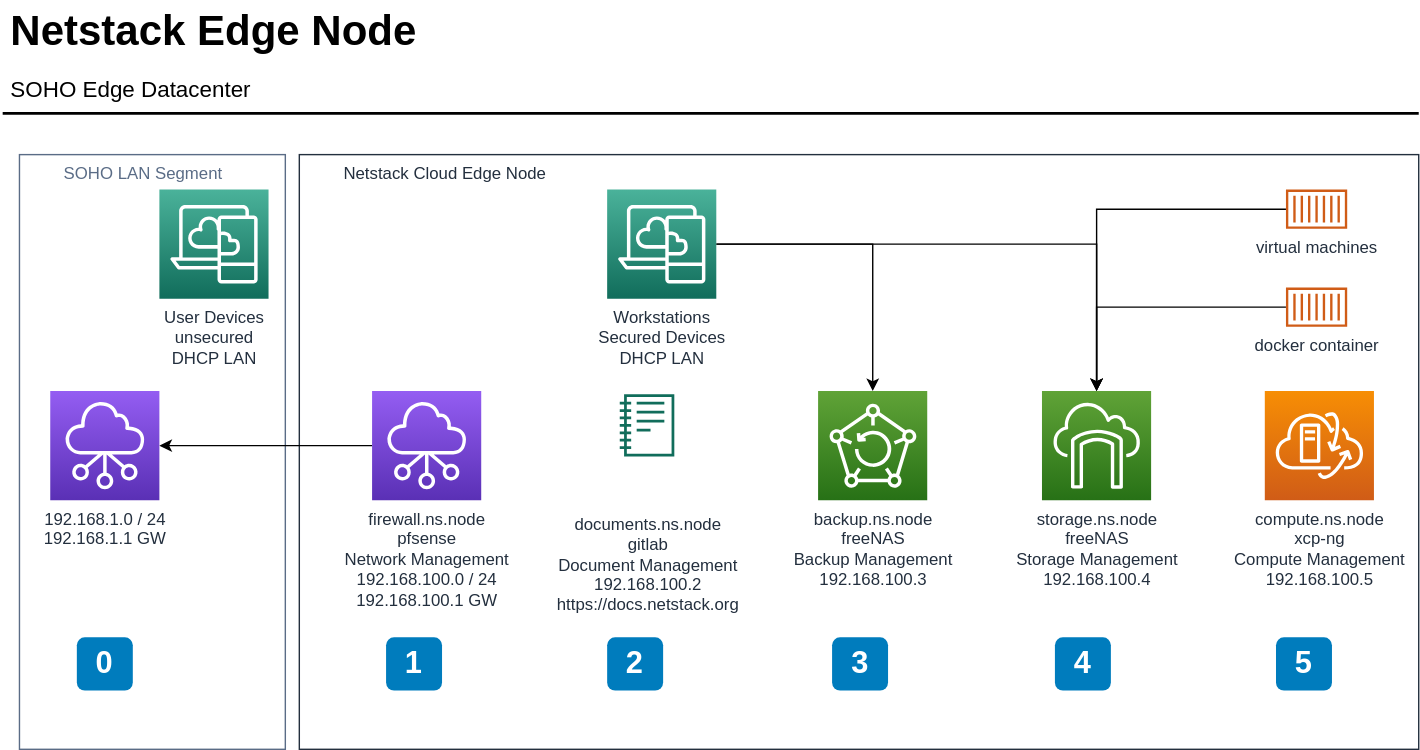
The draw.io diagram docs/lan/netstackEdgeNode.svg in grasshorse/netstack, before a commit. Source tidied: cells renumbered, new cells last; positions are measured from the earlier drawing's top-left corner, leaving out a move shared by most shapes. The source it was exported from:
```xml
<mxGraphModel>
  <root>
    <mxCell id="0" />
    <mxCell id="1" parent="0" />
    <mxCell id="2" value="Netstack Cloud Edge Node" style="gradientColor=none;html=1;whiteSpace=wrap;fontSize=12;fontStyle=0;shape=mxgraph.aws4.group;grIcon=mxgraph.aws4.group_aws_cloud_alt;strokeColor=#232F3E;fillColor=none;verticalAlign=top;align=left;spacingLeft=30;fontColor=#232F3E;dashed=0;" parent="1" vertex="1">
      <mxGeometry x="212" y="109" width="800" height="425" as="geometry" />
    </mxCell>
    <mxCell id="3" value="SOHO LAN Segment" style="gradientColor=none;html=1;whiteSpace=wrap;fontSize=12;fontStyle=0;shape=mxgraph.aws4.group;grIcon=mxgraph.aws4.group_corporate_data_center;strokeColor=#5A6C86;fillColor=none;verticalAlign=top;align=left;spacingLeft=30;fontColor=#5A6C86;dashed=0;" parent="1" vertex="1">
      <mxGeometry x="12" y="109" width="190" height="425" as="geometry" />
    </mxCell>
    <mxCell id="4" value="1" style="rounded=1;whiteSpace=wrap;html=1;fillColor=#007CBD;strokeColor=none;fontColor=#FFFFFF;fontStyle=1;fontSize=22;" parent="1" vertex="1">
      <mxGeometry x="274" y="454" width="40" height="38" as="geometry" />
    </mxCell>
    <mxCell id="5" value="Netstack Edge Node" style="text;html=1;align=left;verticalAlign=top;spacingTop=-4;fontSize=30;fontStyle=1;" parent="1" vertex="1">
      <mxGeometry x="4" y="-0.5" width="310" height="40" as="geometry" />
    </mxCell>
    <mxCell id="6" value="SOHO Edge Datacenter" style="text;html=1;align=left;verticalAlign=top;spacingTop=-4;fontSize=16;" parent="1" vertex="1">
      <mxGeometry x="4" y="49.5" width="190" height="20" as="geometry" />
    </mxCell>
    <mxCell id="7" style="line;strokeWidth=2;html=1;fontSize=14;" parent="1" vertex="1">
      <mxGeometry y="74.5" width="1012" height="10" as="geometry" />
    </mxCell>
    <mxCell id="8" value="2" style="rounded=1;whiteSpace=wrap;html=1;fillColor=#007CBD;strokeColor=none;fontColor=#FFFFFF;fontStyle=1;fontSize=22;" parent="1" vertex="1">
      <mxGeometry x="432" y="454" width="40" height="38" as="geometry" />
    </mxCell>
    <mxCell id="9" value="&lt;br&gt;&lt;br&gt;documents.ns.node&lt;br&gt;gitlab&lt;br&gt;Document Management&lt;br&gt;192.168.100.2&lt;br&gt;https://docs.netstack.org" style="fontColor=#232F3E;gradientColor=none;fillColor=#116D5B;strokeColor=none;dashed=0;verticalLabelPosition=bottom;verticalAlign=top;align=center;html=1;fontSize=12;fontStyle=0;shape=mxgraph.aws4.sagemaker_notebook;labelBackgroundColor=#ffffff;spacingTop=6;" parent="1" vertex="1">
      <mxGeometry x="441" y="280" width="39" height="45" as="geometry" />
    </mxCell>
    <mxCell id="10" style="edgeStyle=orthogonalEdgeStyle;rounded=0;jettySize=auto;html=1;" parent="1" edge="1" source="11" target="18">
      <mxGeometry relative="1" as="geometry" />
    </mxCell>
    <mxCell id="11" value="docker container" style="outlineConnect=0;fontColor=#232F3E;gradientColor=none;fillColor=#D05C17;strokeColor=none;dashed=0;verticalLabelPosition=bottom;verticalAlign=top;align=center;html=1;fontSize=12;fontStyle=0;shape=mxgraph.aws4.container_1;labelBackgroundColor=#ffffff;" parent="1" vertex="1">
      <mxGeometry x="917" y="204" width="44" height="28" as="geometry" />
    </mxCell>
    <mxCell id="12" value="3" style="rounded=1;whiteSpace=wrap;html=1;fillColor=#007CBD;strokeColor=none;fontColor=#FFFFFF;fontStyle=1;fontSize=22;" parent="1" vertex="1">
      <mxGeometry x="592.8" y="454" width="40" height="38" as="geometry" />
    </mxCell>
    <mxCell id="13" value="4" style="rounded=1;whiteSpace=wrap;html=1;fillColor=#007CBD;strokeColor=none;fontColor=#FFFFFF;fontStyle=1;fontSize=22;" parent="1" vertex="1">
      <mxGeometry x="752" y="454" width="40" height="38" as="geometry" />
    </mxCell>
    <mxCell id="14" value="5" style="rounded=1;whiteSpace=wrap;html=1;fillColor=#007CBD;strokeColor=none;fontColor=#FFFFFF;fontStyle=1;fontSize=22;" parent="1" vertex="1">
      <mxGeometry x="910" y="454" width="40" height="38" as="geometry" />
    </mxCell>
    <mxCell id="15" value="backup.ns.node&lt;br&gt;freeNAS&lt;br&gt;Backup Management&lt;br&gt;192.168.100.3" style="outlineConnect=0;fontColor=#232F3E;gradientColor=#60A337;gradientDirection=north;fillColor=#277116;strokeColor=#ffffff;dashed=0;verticalLabelPosition=bottom;verticalAlign=top;align=center;html=1;fontSize=12;fontStyle=0;shape=mxgraph.aws4.resourceIcon;resIcon=mxgraph.aws4.backup;" parent="1" vertex="1">
      <mxGeometry x="582.8" y="278" width="78" height="78" as="geometry" />
    </mxCell>
    <mxCell id="16" value="compute.ns.node&lt;br&gt;xcp-ng&lt;br&gt;Compute Management&lt;br&gt;192.168.100.5" style="fontColor=#232F3E;gradientColor=#F78E04;gradientDirection=north;fillColor=#D05C17;strokeColor=#ffffff;dashed=0;verticalLabelPosition=bottom;verticalAlign=top;align=center;html=1;fontSize=12;fontStyle=0;shape=mxgraph.aws4.resourceIcon;resIcon=mxgraph.aws4.vmware_cloud_on_aws;" parent="1" vertex="1">
      <mxGeometry x="902" y="278" width="78" height="78" as="geometry" />
    </mxCell>
    <mxCell id="17" value="192.168.1.0 / 24&lt;br&gt;192.168.1.1 GW&lt;br&gt;" style="outlineConnect=0;fontColor=#232F3E;gradientColor=#945DF2;gradientDirection=north;fillColor=#5A30B5;strokeColor=#ffffff;dashed=0;verticalLabelPosition=bottom;verticalAlign=top;align=center;html=1;fontSize=12;fontStyle=0;shape=mxgraph.aws4.resourceIcon;resIcon=mxgraph.aws4.networking_and_content_delivery;" parent="1" vertex="1">
      <mxGeometry x="34" y="278" width="78" height="78" as="geometry" />
    </mxCell>
    <mxCell id="18" value="storage.ns.node&lt;br&gt;freeNAS&lt;br&gt;Storage Management&lt;br&gt;192.168.100.4" style="outlineConnect=0;fontColor=#232F3E;gradientColor=#60A337;gradientDirection=north;fillColor=#277116;strokeColor=#ffffff;dashed=0;verticalLabelPosition=bottom;verticalAlign=top;align=center;html=1;fontSize=12;fontStyle=0;shape=mxgraph.aws4.resourceIcon;resIcon=mxgraph.aws4.storage_gateway;" parent="1" vertex="1">
      <mxGeometry x="742.8" y="278" width="78" height="78" as="geometry" />
    </mxCell>
    <mxCell id="19" value="User Devices&lt;br&gt;unsecured &lt;br&gt;DHCP LAN" style="fontColor=#232F3E;gradientColor=#4AB29A;gradientDirection=north;fillColor=#116D5B;strokeColor=#ffffff;dashed=0;verticalLabelPosition=bottom;verticalAlign=top;align=center;html=1;fontSize=12;fontStyle=0;shape=mxgraph.aws4.resourceIcon;resIcon=mxgraph.aws4.desktop_and_app_streaming;" parent="1" vertex="1">
      <mxGeometry x="112" y="134" width="78" height="78" as="geometry" />
    </mxCell>
    <mxCell id="20" style="edgeStyle=orthogonalEdgeStyle;rounded=0;jettySize=auto;html=1;" parent="1" edge="1" source="21" target="17">
      <mxGeometry relative="1" as="geometry" />
    </mxCell>
    <mxCell id="21" value="firewall.ns.node&lt;br&gt;pfsense&lt;br&gt;Network Management&lt;br&gt;192.168.100.0 / 24&lt;br&gt;192.168.100.1 GW" style="outlineConnect=0;fontColor=#232F3E;gradientColor=#945DF2;gradientDirection=north;fillColor=#5A30B5;strokeColor=#ffffff;dashed=0;verticalLabelPosition=bottom;verticalAlign=top;align=center;html=1;fontSize=12;fontStyle=0;shape=mxgraph.aws4.resourceIcon;resIcon=mxgraph.aws4.networking_and_content_delivery;" parent="1" vertex="1">
      <mxGeometry x="264" y="278" width="78" height="78" as="geometry" />
    </mxCell>
    <mxCell id="22" value="0" style="rounded=1;whiteSpace=wrap;html=1;fillColor=#007CBD;strokeColor=none;fontColor=#FFFFFF;fontStyle=1;fontSize=22;" parent="1" vertex="1">
      <mxGeometry x="53" y="454" width="40" height="38" as="geometry" />
    </mxCell>
    <mxCell id="23" style="edgeStyle=orthogonalEdgeStyle;rounded=0;jettySize=auto;html=1;" parent="1" edge="1" source="24" target="18">
      <mxGeometry relative="1" as="geometry" />
    </mxCell>
    <mxCell id="24" value="virtual machines" style="outlineConnect=0;fontColor=#232F3E;gradientColor=none;fillColor=#D05C17;strokeColor=none;dashed=0;verticalLabelPosition=bottom;verticalAlign=top;align=center;html=1;fontSize=12;fontStyle=0;shape=mxgraph.aws4.container_1;labelBackgroundColor=#ffffff;" parent="1" vertex="1">
      <mxGeometry x="917" y="134" width="44" height="28" as="geometry" />
    </mxCell>
    <mxCell id="25" style="edgeStyle=orthogonalEdgeStyle;rounded=0;jettySize=auto;html=1;" parent="1" edge="1" source="27" target="15">
      <mxGeometry relative="1" as="geometry" />
    </mxCell>
    <mxCell id="26" style="edgeStyle=orthogonalEdgeStyle;rounded=0;jettySize=auto;html=1;" parent="1" edge="1" source="27" target="18">
      <mxGeometry relative="1" as="geometry" />
    </mxCell>
    <mxCell id="27" value="Workstations&lt;br&gt;Secured Devices&lt;br&gt;DHCP LAN" style="outlineConnect=0;fontColor=#232F3E;gradientColor=#4AB29A;gradientDirection=north;fillColor=#116D5B;strokeColor=#ffffff;dashed=0;verticalLabelPosition=bottom;verticalAlign=top;align=center;html=1;fontSize=12;fontStyle=0;shape=mxgraph.aws4.resourceIcon;resIcon=mxgraph.aws4.desktop_and_app_streaming;" parent="1" vertex="1">
      <mxGeometry x="432" y="134" width="78" height="78" as="geometry" />
    </mxCell>
  </root>
</mxGraphModel>
```
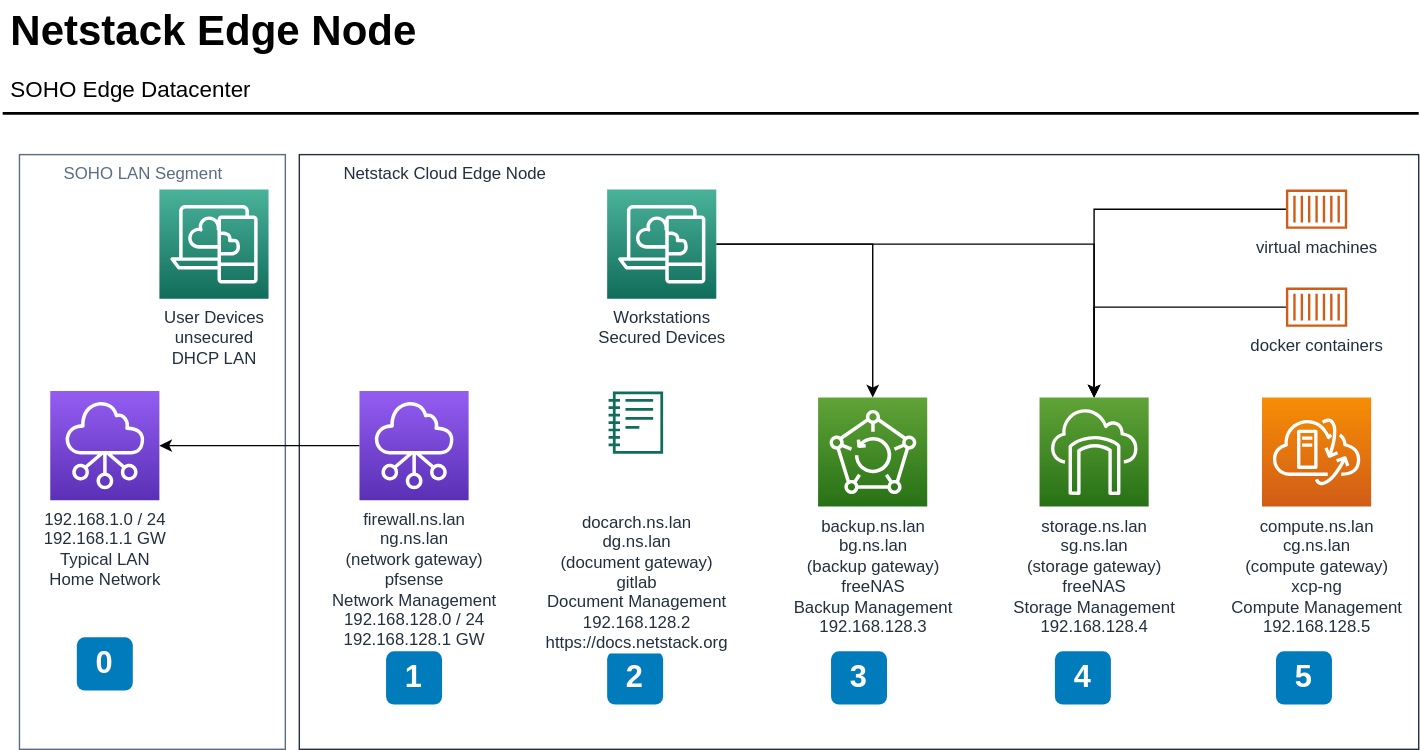
Above is the later version.

What changed in the source:
```diff
@@ -9,7 +9,7 @@
       <mxGeometry x="12" y="109" width="190" height="425" as="geometry" />
     </mxCell>
     <mxCell id="4" value="1" style="rounded=1;whiteSpace=wrap;html=1;fillColor=#007CBD;strokeColor=none;fontColor=#FFFFFF;fontStyle=1;fontSize=22;" parent="1" vertex="1">
-      <mxGeometry x="274" y="454" width="40" height="38" as="geometry" />
+      <mxGeometry x="274" y="464" width="40" height="38" as="geometry" />
     </mxCell>
     <mxCell id="5" value="Netstack Edge Node" style="text;html=1;align=left;verticalAlign=top;spacingTop=-4;fontSize=30;fontStyle=1;" parent="1" vertex="1">
       <mxGeometry x="4" y="-0.5" width="310" height="40" as="geometry" />
@@ -21,37 +21,37 @@
       <mxGeometry y="74.5" width="1012" height="10" as="geometry" />
     </mxCell>
     <mxCell id="8" value="2" style="rounded=1;whiteSpace=wrap;html=1;fillColor=#007CBD;strokeColor=none;fontColor=#FFFFFF;fontStyle=1;fontSize=22;" parent="1" vertex="1">
-      <mxGeometry x="432" y="454" width="40" height="38" as="geometry" />
+      <mxGeometry x="432" y="464" width="40" height="38" as="geometry" />
     </mxCell>
-    <mxCell id="9" value="&lt;br&gt;&lt;br&gt;documents.ns.node&lt;br&gt;gitlab&lt;br&gt;Document Management&lt;br&gt;192.168.100.2&lt;br&gt;https://docs.netstack.org" style="fontColor=#232F3E;gradientColor=none;fillColor=#116D5B;strokeColor=none;dashed=0;verticalLabelPosition=bottom;verticalAlign=top;align=center;html=1;fontSize=12;fontStyle=0;shape=mxgraph.aws4.sagemaker_notebook;labelBackgroundColor=#ffffff;spacingTop=6;" parent="1" vertex="1">
-      <mxGeometry x="441" y="280" width="39" height="45" as="geometry" />
+    <mxCell id="9" value="&lt;br&gt;&lt;br&gt;docarch.ns.lan&lt;br&gt;dg.ns.lan&lt;br&gt;(document gateway)&lt;br&gt;gitlab&lt;br&gt;Document Management&lt;br&gt;192.168.128.2&lt;br&gt;https://docs.netstack.org" style="fontColor=#232F3E;gradientColor=none;fillColor=#116D5B;strokeColor=none;dashed=0;verticalLabelPosition=bottom;verticalAlign=top;align=center;html=1;fontSize=12;fontStyle=0;shape=mxgraph.aws4.sagemaker_notebook;labelBackgroundColor=#ffffff;spacingTop=6;" parent="1" vertex="1">
+      <mxGeometry x="433" y="278" width="39" height="45" as="geometry" />
     </mxCell>
     <mxCell id="10" style="edgeStyle=orthogonalEdgeStyle;rounded=0;jettySize=auto;html=1;" parent="1" edge="1" source="11" target="18">
       <mxGeometry relative="1" as="geometry" />
     </mxCell>
-    <mxCell id="11" value="docker container" style="outlineConnect=0;fontColor=#232F3E;gradientColor=none;fillColor=#D05C17;strokeColor=none;dashed=0;verticalLabelPosition=bottom;verticalAlign=top;align=center;html=1;fontSize=12;fontStyle=0;shape=mxgraph.aws4.container_1;labelBackgroundColor=#ffffff;" parent="1" vertex="1">
+    <mxCell id="11" value="docker containers" style="outlineConnect=0;fontColor=#232F3E;gradientColor=none;fillColor=#D05C17;strokeColor=none;dashed=0;verticalLabelPosition=bottom;verticalAlign=top;align=center;html=1;fontSize=12;fontStyle=0;shape=mxgraph.aws4.container_1;labelBackgroundColor=#ffffff;" parent="1" vertex="1">
       <mxGeometry x="917" y="204" width="44" height="28" as="geometry" />
     </mxCell>
     <mxCell id="12" value="3" style="rounded=1;whiteSpace=wrap;html=1;fillColor=#007CBD;strokeColor=none;fontColor=#FFFFFF;fontStyle=1;fontSize=22;" parent="1" vertex="1">
-      <mxGeometry x="592.8" y="454" width="40" height="38" as="geometry" />
+      <mxGeometry x="592" y="464" width="40" height="38" as="geometry" />
     </mxCell>
     <mxCell id="13" value="4" style="rounded=1;whiteSpace=wrap;html=1;fillColor=#007CBD;strokeColor=none;fontColor=#FFFFFF;fontStyle=1;fontSize=22;" parent="1" vertex="1">
-      <mxGeometry x="752" y="454" width="40" height="38" as="geometry" />
+      <mxGeometry x="752" y="464" width="40" height="38" as="geometry" />
     </mxCell>
     <mxCell id="14" value="5" style="rounded=1;whiteSpace=wrap;html=1;fillColor=#007CBD;strokeColor=none;fontColor=#FFFFFF;fontStyle=1;fontSize=22;" parent="1" vertex="1">
-      <mxGeometry x="910" y="454" width="40" height="38" as="geometry" />
+      <mxGeometry x="910" y="464" width="40" height="38" as="geometry" />
     </mxCell>
-    <mxCell id="15" value="backup.ns.node&lt;br&gt;freeNAS&lt;br&gt;Backup Management&lt;br&gt;192.168.100.3" style="outlineConnect=0;fontColor=#232F3E;gradientColor=#60A337;gradientDirection=north;fillColor=#277116;strokeColor=#ffffff;dashed=0;verticalLabelPosition=bottom;verticalAlign=top;align=center;html=1;fontSize=12;fontStyle=0;shape=mxgraph.aws4.resourceIcon;resIcon=mxgraph.aws4.backup;" parent="1" vertex="1">
-      <mxGeometry x="582.8" y="278" width="78" height="78" as="geometry" />
+    <mxCell id="15" value="backup.ns.lan&lt;br&gt;bg.ns.lan&lt;br&gt;(backup gateway)&lt;br&gt;freeNAS&lt;br&gt;Backup Management&lt;br&gt;192.168.128.3" style="outlineConnect=0;fontColor=#232F3E;gradientColor=#60A337;gradientDirection=north;fillColor=#277116;strokeColor=#ffffff;dashed=0;verticalLabelPosition=bottom;verticalAlign=top;align=center;html=1;fontSize=12;fontStyle=0;shape=mxgraph.aws4.resourceIcon;resIcon=mxgraph.aws4.backup;" parent="1" vertex="1">
+      <mxGeometry x="582.8" y="282.5" width="78" height="78" as="geometry" />
     </mxCell>
-    <mxCell id="16" value="compute.ns.node&lt;br&gt;xcp-ng&lt;br&gt;Compute Management&lt;br&gt;192.168.100.5" style="fontColor=#232F3E;gradientColor=#F78E04;gradientDirection=north;fillColor=#D05C17;strokeColor=#ffffff;dashed=0;verticalLabelPosition=bottom;verticalAlign=top;align=center;html=1;fontSize=12;fontStyle=0;shape=mxgraph.aws4.resourceIcon;resIcon=mxgraph.aws4.vmware_cloud_on_aws;" parent="1" vertex="1">
-      <mxGeometry x="902" y="278" width="78" height="78" as="geometry" />
+    <mxCell id="16" value="compute.ns.lan&lt;br&gt;cg.ns.lan&lt;br&gt;(compute gateway)&lt;br&gt;xcp-ng&lt;br&gt;Compute Management&lt;br&gt;192.168.128.5" style="fontColor=#232F3E;gradientColor=#F78E04;gradientDirection=north;fillColor=#D05C17;strokeColor=#ffffff;dashed=0;verticalLabelPosition=bottom;verticalAlign=top;align=center;html=1;fontSize=12;fontStyle=0;shape=mxgraph.aws4.resourceIcon;resIcon=mxgraph.aws4.vmware_cloud_on_aws;" parent="1" vertex="1">
+      <mxGeometry x="900" y="282.5" width="78" height="78" as="geometry" />
     </mxCell>
-    <mxCell id="17" value="192.168.1.0 / 24&lt;br&gt;192.168.1.1 GW&lt;br&gt;" style="outlineConnect=0;fontColor=#232F3E;gradientColor=#945DF2;gradientDirection=north;fillColor=#5A30B5;strokeColor=#ffffff;dashed=0;verticalLabelPosition=bottom;verticalAlign=top;align=center;html=1;fontSize=12;fontStyle=0;shape=mxgraph.aws4.resourceIcon;resIcon=mxgraph.aws4.networking_and_content_delivery;" parent="1" vertex="1">
+    <mxCell id="17" value="192.168.1.0 / 24&lt;br&gt;192.168.1.1 GW&lt;br&gt;Typical LAN&lt;br&gt;Home Network" style="outlineConnect=0;fontColor=#232F3E;gradientColor=#945DF2;gradientDirection=north;fillColor=#5A30B5;strokeColor=#ffffff;dashed=0;verticalLabelPosition=bottom;verticalAlign=top;align=center;html=1;fontSize=12;fontStyle=0;shape=mxgraph.aws4.resourceIcon;resIcon=mxgraph.aws4.networking_and_content_delivery;" parent="1" vertex="1">
       <mxGeometry x="34" y="278" width="78" height="78" as="geometry" />
     </mxCell>
-    <mxCell id="18" value="storage.ns.node&lt;br&gt;freeNAS&lt;br&gt;Storage Management&lt;br&gt;192.168.100.4" style="outlineConnect=0;fontColor=#232F3E;gradientColor=#60A337;gradientDirection=north;fillColor=#277116;strokeColor=#ffffff;dashed=0;verticalLabelPosition=bottom;verticalAlign=top;align=center;html=1;fontSize=12;fontStyle=0;shape=mxgraph.aws4.resourceIcon;resIcon=mxgraph.aws4.storage_gateway;" parent="1" vertex="1">
-      <mxGeometry x="742.8" y="278" width="78" height="78" as="geometry" />
+    <mxCell id="18" value="storage.ns.lan&lt;br&gt;sg.ns.lan&lt;br&gt;(storage gateway)&lt;br&gt;freeNAS&lt;br&gt;Storage Management&lt;br&gt;192.168.128.4" style="outlineConnect=0;fontColor=#232F3E;gradientColor=#60A337;gradientDirection=north;fillColor=#277116;strokeColor=#ffffff;dashed=0;verticalLabelPosition=bottom;verticalAlign=top;align=center;html=1;fontSize=12;fontStyle=0;shape=mxgraph.aws4.resourceIcon;resIcon=mxgraph.aws4.storage_gateway;" parent="1" vertex="1">
+      <mxGeometry x="741" y="282.5" width="78" height="78" as="geometry" />
     </mxCell>
     <mxCell id="19" value="User Devices&lt;br&gt;unsecured &lt;br&gt;DHCP LAN" style="fontColor=#232F3E;gradientColor=#4AB29A;gradientDirection=north;fillColor=#116D5B;strokeColor=#ffffff;dashed=0;verticalLabelPosition=bottom;verticalAlign=top;align=center;html=1;fontSize=12;fontStyle=0;shape=mxgraph.aws4.resourceIcon;resIcon=mxgraph.aws4.desktop_and_app_streaming;" parent="1" vertex="1">
       <mxGeometry x="112" y="134" width="78" height="78" as="geometry" />
@@ -59,8 +59,8 @@
     <mxCell id="20" style="edgeStyle=orthogonalEdgeStyle;rounded=0;jettySize=auto;html=1;" parent="1" edge="1" source="21" target="17">
       <mxGeometry relative="1" as="geometry" />
     </mxCell>
-    <mxCell id="21" value="firewall.ns.node&lt;br&gt;pfsense&lt;br&gt;Network Management&lt;br&gt;192.168.100.0 / 24&lt;br&gt;192.168.100.1 GW" style="outlineConnect=0;fontColor=#232F3E;gradientColor=#945DF2;gradientDirection=north;fillColor=#5A30B5;strokeColor=#ffffff;dashed=0;verticalLabelPosition=bottom;verticalAlign=top;align=center;html=1;fontSize=12;fontStyle=0;shape=mxgraph.aws4.resourceIcon;resIcon=mxgraph.aws4.networking_and_content_delivery;" parent="1" vertex="1">
-      <mxGeometry x="264" y="278" width="78" height="78" as="geometry" />
+    <mxCell id="21" value="firewall.ns.lan&lt;br&gt;ng.ns.lan&lt;br&gt;(network gateway)&lt;br&gt;pfsense&lt;br&gt;Network Management&lt;br&gt;192.168.128.0 / 24&lt;br&gt;192.168.128.1 GW" style="outlineConnect=0;fontColor=#232F3E;gradientColor=#945DF2;gradientDirection=north;fillColor=#5A30B5;strokeColor=#ffffff;dashed=0;verticalLabelPosition=bottom;verticalAlign=top;align=center;html=1;fontSize=12;fontStyle=0;shape=mxgraph.aws4.resourceIcon;resIcon=mxgraph.aws4.networking_and_content_delivery;" parent="1" vertex="1">
+      <mxGeometry x="255" y="278" width="78" height="78" as="geometry" />
     </mxCell>
     <mxCell id="22" value="0" style="rounded=1;whiteSpace=wrap;html=1;fillColor=#007CBD;strokeColor=none;fontColor=#FFFFFF;fontStyle=1;fontSize=22;" parent="1" vertex="1">
       <mxGeometry x="53" y="454" width="40" height="38" as="geometry" />
@@ -77,7 +77,7 @@
     <mxCell id="26" style="edgeStyle=orthogonalEdgeStyle;rounded=0;jettySize=auto;html=1;" parent="1" edge="1" source="27" target="18">
       <mxGeometry relative="1" as="geometry" />
     </mxCell>
-    <mxCell id="27" value="Workstations&lt;br&gt;Secured Devices&lt;br&gt;DHCP LAN" style="outlineConnect=0;fontColor=#232F3E;gradientColor=#4AB29A;gradientDirection=north;fillColor=#116D5B;strokeColor=#ffffff;dashed=0;verticalLabelPosition=bottom;verticalAlign=top;align=center;html=1;fontSize=12;fontStyle=0;shape=mxgraph.aws4.resourceIcon;resIcon=mxgraph.aws4.desktop_and_app_streaming;" parent="1" vertex="1">
+    <mxCell id="27" value="Workstations&lt;br&gt;Secured Devices" style="outlineConnect=0;fontColor=#232F3E;gradientColor=#4AB29A;gradientDirection=north;fillColor=#116D5B;strokeColor=#ffffff;dashed=0;verticalLabelPosition=bottom;verticalAlign=top;align=center;html=1;fontSize=12;fontStyle=0;shape=mxgraph.aws4.resourceIcon;resIcon=mxgraph.aws4.desktop_and_app_streaming;" parent="1" vertex="1">
       <mxGeometry x="432" y="134" width="78" height="78" as="geometry" />
     </mxCell>
   </root>
```
